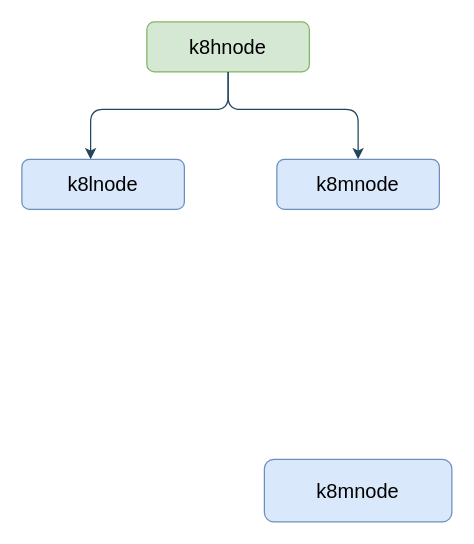
The draw.io diagram drawio/K8sCluster.drawio in amsen/k8s-ws, before the edit. Source tidied: cells renumbered, new cells numbered last; positions are measured from the earlier drawing's top-left corner, leaving out a move shared by most shapes. Both pictures are drawn from the tidied source at 125%, with x=0, y=0 at pixel (21, 21).
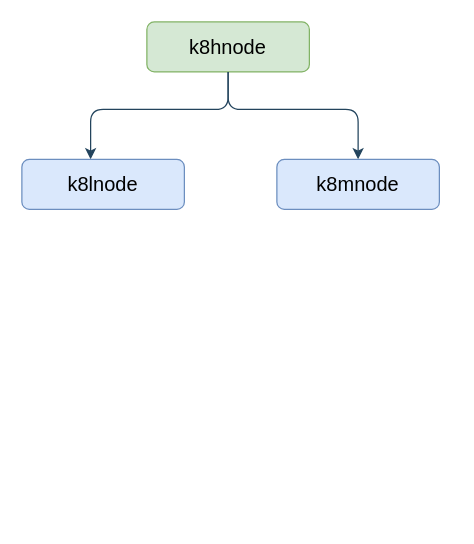
The same page after the edit.

Change to the diagram source:
```diff
@@
 <mxGraphModel>
   <root>
     <mxCell id="0" />
     <mxCell id="1" parent="0" />
     <mxCell id="2" value="&lt;font style=&quot;font-size: 16px&quot;&gt;k8hnode&lt;/font&gt;" style="rounded=1;whiteSpace=wrap;html=1;fillColor=#d5e8d4;strokeColor=#82b366;" parent="1" vertex="1">
       <mxGeometry x="100" width="130" height="40" as="geometry" />
     </mxCell>
-    <mxCell id="3" value="&lt;span style=&quot;font-size: 16px&quot;&gt;k8mnode&lt;/span&gt;" style="rounded=1;whiteSpace=wrap;html=1;fillColor=#dae8fc;strokeColor=#6c8ebf;" parent="1" vertex="1">
-      <mxGeometry x="194" y="350" width="150" height="50" as="geometry" />
-    </mxCell>
     <mxCell id="4" style="edgeStyle=segmentEdgeStyle;endArrow=classic;html=1;exitX=0.5;exitY=1;exitDx=0;exitDy=0;fillColor=#bac8d3;strokeColor=#23445d;" parent="1" edge="1" source="2">
       <mxGeometry relative="1" as="geometry">
         <mxPoint x="55" y="110" as="targetPoint" />
         <Array as="points">
           <mxPoint x="165" y="70" />
           <mxPoint x="55" y="70" />
         </Array>
       </mxGeometry>
     </mxCell>
     <mxCell id="5" style="edgeStyle=segmentEdgeStyle;endArrow=classic;html=1;exitX=0.5;exitY=1;exitDx=0;exitDy=0;fillColor=#bac8d3;strokeColor=#23445d;entryX=0.5;entryY=0;entryDx=0;entryDy=0;" parent="1" edge="1" source="2" target="7">
       <mxGeometry relative="1" as="geometry">
         <Array as="points">
           <mxPoint x="165" y="70" />
           <mxPoint x="269" y="70" />
         </Array>
       </mxGeometry>
     </mxCell>
     <mxCell id="6" value="&lt;span style=&quot;font-size: 16px&quot;&gt;k8lnode&lt;/span&gt;" style="rounded=1;whiteSpace=wrap;html=1;fillColor=#dae8fc;strokeColor=#6c8ebf;" parent="1" vertex="1">
       <mxGeometry y="110" width="130" height="40" as="geometry" />
     </mxCell>
     <mxCell id="7" value="&lt;span style=&quot;font-size: 16px&quot;&gt;k8mnode&lt;/span&gt;" style="rounded=1;whiteSpace=wrap;html=1;fillColor=#dae8fc;strokeColor=#6c8ebf;" parent="1" vertex="1">
       <mxGeometry x="204" y="110" width="130" height="40" as="geometry" />
     </mxCell>
   </root>
 </mxGraphModel>
```
